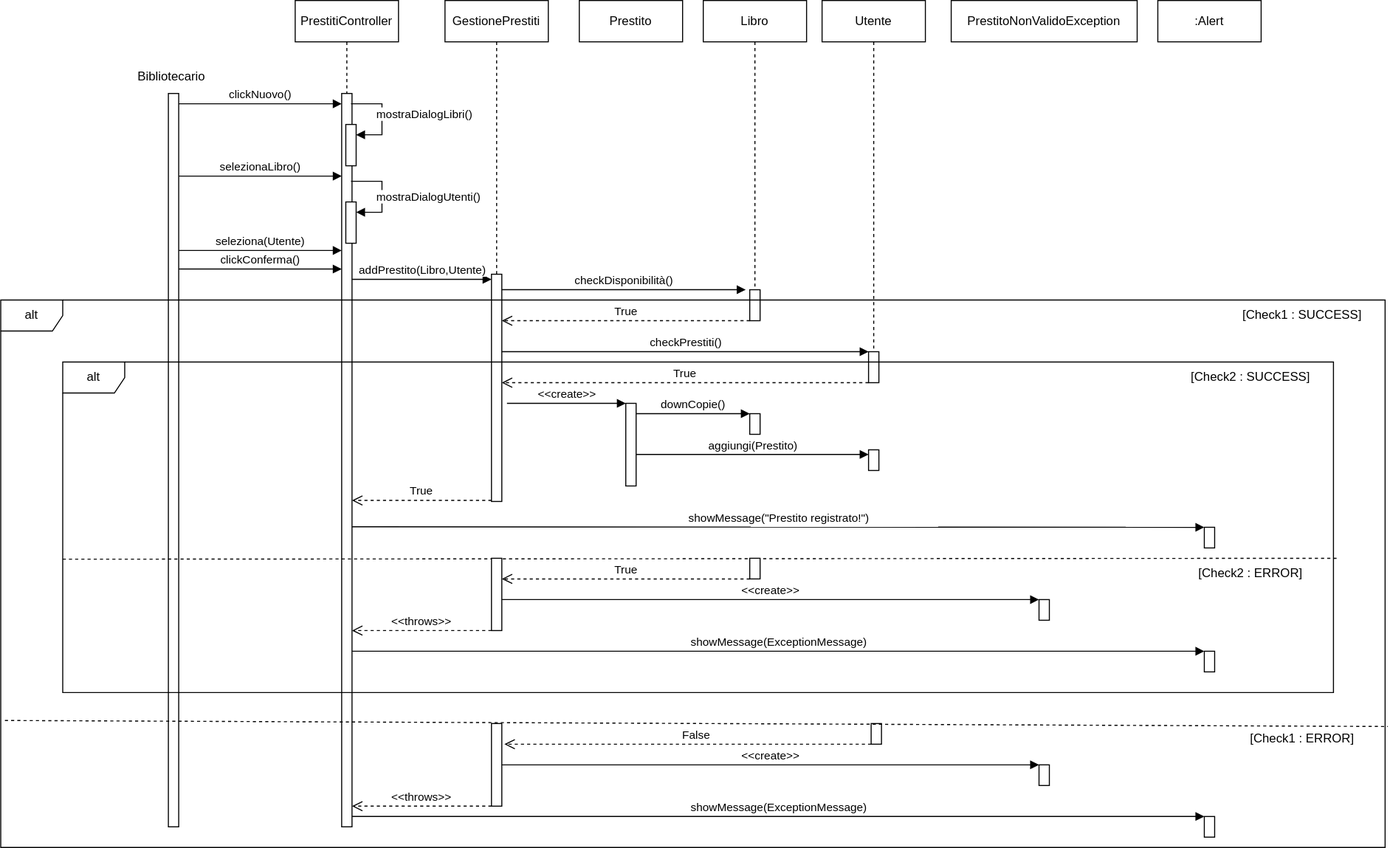
doppiaaa/Progetto-Biblioteca-Ingegneria-del-Software keeps this draw.io diagram as Design/DiagrammaSequenzaPrestito.svg. Above is the earlier version. Source tidied: cells renumbered, new cells last; positions are measured from the earlier drawing's top-left corner, leaving out a move shared by most shapes.
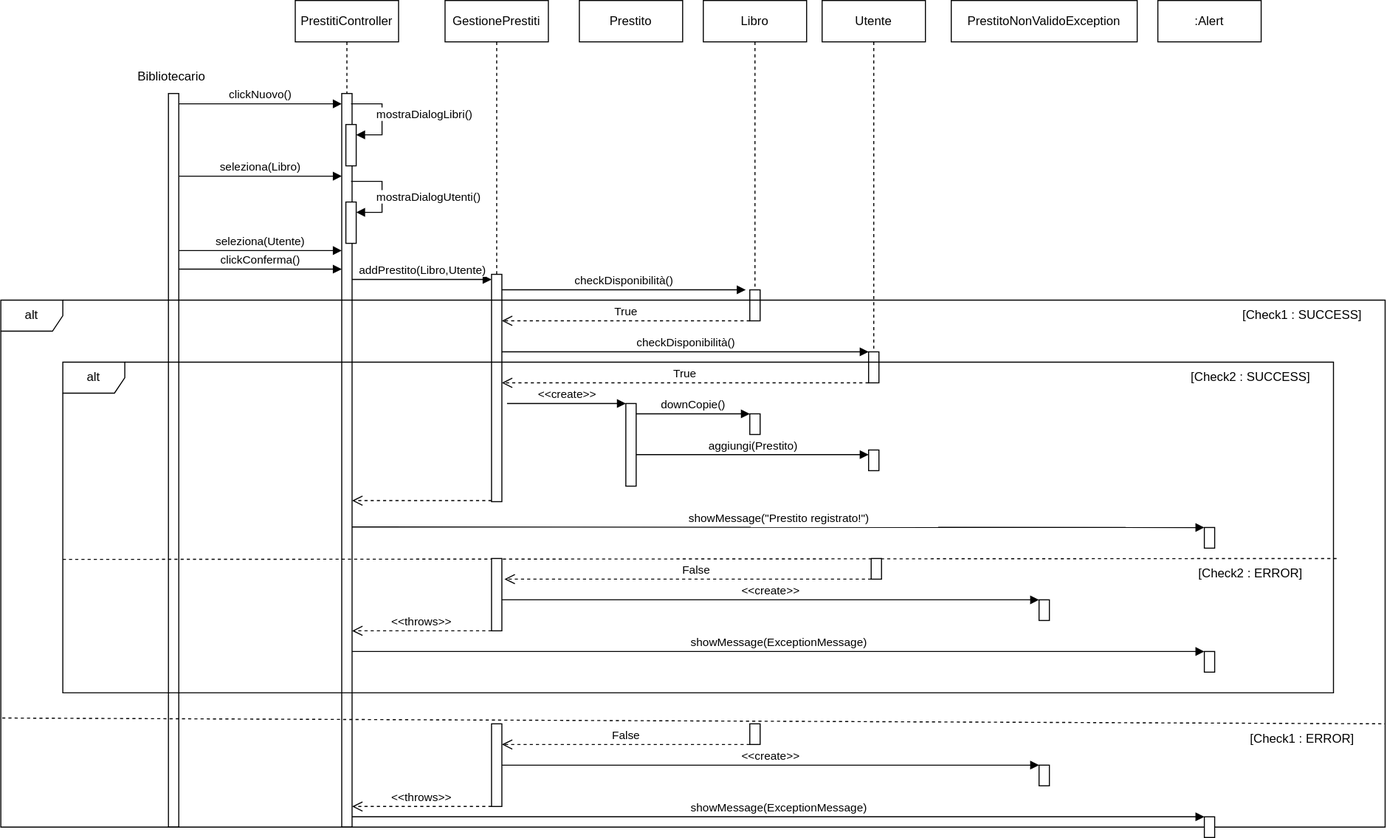
Later version of the same file.

Change to the diagram source:
```diff
@@ -37,7 +37,7 @@
         <mxPoint x="172.2" y="100" as="sourcePoint" />
       </mxGeometry>
     </mxCell>
-    <mxCell id="13" value="selezionaLibro()" style="html=1;verticalAlign=bottom;endArrow=block;curved=0;rounded=0;" parent="1" edge="1">
+    <mxCell id="13" value="seleziona(Libro)" style="html=1;verticalAlign=bottom;endArrow=block;curved=0;rounded=0;" parent="1" edge="1">
       <mxGeometry relative="1" as="geometry">
         <mxPoint x="172.2" y="170" as="sourcePoint" />
         <mxPoint x="330" y="170" as="targetPoint" />
@@ -58,7 +58,7 @@
         <mxPoint x="475" y="270" as="targetPoint" />
       </mxGeometry>
     </mxCell>
-    <mxCell id="17" value="checkPrestiti()" style="html=1;verticalAlign=bottom;endArrow=block;curved=0;rounded=0;" parent="1" edge="1">
+    <mxCell id="17" value="checkDisponibilità()" style="html=1;verticalAlign=bottom;endArrow=block;curved=0;rounded=0;" parent="1" edge="1">
       <mxGeometry relative="1" as="geometry">
         <mxPoint x="485" y="340" as="sourcePoint" />
         <mxPoint x="840" y="340" as="targetPoint" />
@@ -115,14 +115,14 @@
         <mxPoint x="840" y="439.5" as="targetPoint" />
       </mxGeometry>
     </mxCell>
-    <mxCell id="28" value="True" style="html=1;verticalAlign=bottom;endArrow=open;dashed=1;endSize=8;curved=0;rounded=0;" parent="1" edge="1">
+    <mxCell id="28" style="html=1;verticalAlign=bottom;endArrow=open;dashed=1;endSize=8;curved=0;rounded=0;" parent="1" edge="1">
       <mxGeometry relative="1" as="geometry">
         <mxPoint x="475" y="484" as="sourcePoint" />
         <mxPoint x="340" y="484" as="targetPoint" />
       </mxGeometry>
     </mxCell>
     <mxCell id="29" value="alt" style="shape=umlFrame;whiteSpace=wrap;html=1;" parent="1" vertex="1">
-      <mxGeometry y="290" width="1340" height="530" as="geometry" />
+      <mxGeometry y="290" width="1340" height="510" as="geometry" />
     </mxCell>
     <mxCell id="30" value="alt" style="shape=umlFrame;whiteSpace=wrap;html=1;" parent="1" vertex="1">
       <mxGeometry x="60" y="350" width="1230" height="320" as="geometry" />
@@ -134,22 +134,24 @@
       </mxGeometry>
     </mxCell>
     <mxCell id="32" style="html=1;perimeter=orthogonalPerimeter;targetShapes=umlLifeline;newEdgeStyle={&quot;curved&quot;:0,&quot;rounded&quot;:0};" parent="1" vertex="1">
-      <mxGeometry x="842.5" y="700" width="10" height="20" as="geometry" />
+      <mxGeometry x="842.5" y="540" width="10" height="20" as="geometry" />
     </mxCell>
     <mxCell id="33" style="html=1;points=[[0,0,0,0,5],[0,1,0,0,-5],[1,0,0,0,5],[1,1,0,0,-5]];perimeter=orthogonalPerimeter;outlineConnect=0;targetShapes=umlLifeline;portConstraint=eastwest;newEdgeStyle={&quot;curved&quot;:0,&quot;rounded&quot;:0};" parent="1" vertex="1">
       <mxGeometry x="475" y="540" width="10" height="70" as="geometry" />
     </mxCell>
     <mxCell id="34" value="False" style="html=1;verticalAlign=bottom;endArrow=open;dashed=1;endSize=8;curved=0;rounded=0;" parent="1" edge="1">
       <mxGeometry x="-0.04" relative="1" as="geometry">
-        <mxPoint x="842.5" y="720" as="sourcePoint" />
-        <mxPoint x="487.5" y="720" as="targetPoint" />
+        <mxPoint x="842.5" y="560" as="sourcePoint" />
+        <mxPoint x="487.5" y="560" as="targetPoint" />
       </mxGeometry>
     </mxCell>
     <mxCell id="35" style="html=1;points=[[0,0,0,0,5],[0,1,0,0,-5],[1,0,0,0,5],[1,1,0,0,-5]];perimeter=orthogonalPerimeter;outlineConnect=0;targetShapes=umlLifeline;portConstraint=eastwest;newEdgeStyle={&quot;curved&quot;:0,&quot;rounded&quot;:0};" parent="1" vertex="1">
-      <mxGeometry x="1005" y="580" width="10" height="20" as="geometry" />
+      <mxGeometry x="1005" y="740" width="10" height="20" as="geometry" />
     </mxCell>
-    <mxCell id="36" value="&amp;lt;&amp;lt;create&amp;gt;&amp;gt;" style="html=1;verticalAlign=bottom;endArrow=block;curved=0;rounded=0;" parent="1" edge="1" source="33" target="35">
-      <mxGeometry relative="1" as="geometry" />
+    <mxCell id="36" value="&amp;lt;&amp;lt;create&amp;gt;&amp;gt;" style="html=1;verticalAlign=bottom;endArrow=block;curved=0;rounded=0;" parent="1" edge="1" target="35">
+      <mxGeometry relative="1" as="geometry">
+        <mxPoint x="485" y="740" as="sourcePoint" />
+      </mxGeometry>
     </mxCell>
     <mxCell id="37" value="&amp;lt;&amp;lt;throws&amp;gt;&amp;gt;" style="html=1;verticalAlign=bottom;endArrow=open;dashed=1;endSize=8;curved=0;rounded=0;" parent="1" edge="1">
       <mxGeometry relative="1" as="geometry">
@@ -158,27 +160,30 @@
       </mxGeometry>
     </mxCell>
     <mxCell id="38" style="html=1;perimeter=orthogonalPerimeter;targetShapes=umlLifeline;newEdgeStyle={&quot;curved&quot;:0,&quot;rounded&quot;:0};" parent="1" vertex="1">
-      <mxGeometry x="1005" y="740" width="10" height="20" as="geometry" />
+      <mxGeometry x="1005" y="580" width="10" height="20" as="geometry" />
     </mxCell>
-    <mxCell id="39" style="endArrow=none;dashed=1;html=1;rounded=0;exitX=0.003;exitY=0.768;exitDx=0;exitDy=0;exitPerimeter=0;entryX=1.002;entryY=0.779;entryDx=0;entryDy=0;entryPerimeter=0;" parent="1" edge="1" source="29" target="29">
-      <mxGeometry relative="1" as="geometry" />
+    <mxCell id="39" style="endArrow=none;dashed=1;html=1;rounded=0;exitX=0.003;exitY=0.768;exitDx=0;exitDy=0;exitPerimeter=0;entryX=1.002;entryY=0.779;entryDx=0;entryDy=0;entryPerimeter=0;elbow=vertical;" parent="1" edge="1">
+      <mxGeometry relative="1" as="geometry">
+        <mxPoint x="1.3" y="694.4" as="sourcePoint" />
+        <mxPoint x="1340" y="700" as="targetPoint" />
+      </mxGeometry>
     </mxCell>
     <mxCell id="40" style="html=1;perimeter=orthogonalPerimeter;targetShapes=umlLifeline;newEdgeStyle={&quot;curved&quot;:0,&quot;rounded&quot;:0};" parent="1" vertex="1">
-      <mxGeometry x="725" y="540" width="10" height="20" as="geometry" />
+      <mxGeometry x="725" y="700" width="10" height="20" as="geometry" />
     </mxCell>
     <mxCell id="41" style="html=1;perimeter=orthogonalPerimeter;targetShapes=umlLifeline;newEdgeStyle={&quot;curved&quot;:0,&quot;rounded&quot;:0};" parent="1" vertex="1">
       <mxGeometry x="475" y="700" width="10" height="80" as="geometry" />
     </mxCell>
-    <mxCell id="42" value="True" style="html=1;verticalAlign=bottom;endArrow=open;dashed=1;endSize=8;curved=0;rounded=0;" parent="1" edge="1">
+    <mxCell id="42" value="False" style="html=1;verticalAlign=bottom;endArrow=open;dashed=1;endSize=8;curved=0;rounded=0;" parent="1" edge="1">
       <mxGeometry relative="1" as="geometry">
-        <mxPoint x="725" y="560" as="sourcePoint" />
-        <mxPoint x="485" y="560" as="targetPoint" />
+        <mxPoint x="725" y="720" as="sourcePoint" />
+        <mxPoint x="485" y="720" as="targetPoint" />
       </mxGeometry>
     </mxCell>
     <mxCell id="43" value="&amp;lt;&amp;lt;create&amp;gt;&amp;gt;" style="html=1;verticalAlign=bottom;endArrow=block;curved=0;rounded=0;" parent="1" edge="1">
       <mxGeometry relative="1" as="geometry">
-        <mxPoint x="485" y="740" as="sourcePoint" />
-        <mxPoint x="1005" y="740" as="targetPoint" />
+        <mxPoint x="485" y="580" as="sourcePoint" />
+        <mxPoint x="1005" y="580" as="targetPoint" />
       </mxGeometry>
     </mxCell>
     <mxCell id="44" value="&amp;lt;&amp;lt;throws&amp;gt;&amp;gt;" style="html=1;verticalAlign=bottom;endArrow=open;dashed=1;endSize=8;curved=0;rounded=0;" parent="1" edge="1">
```
